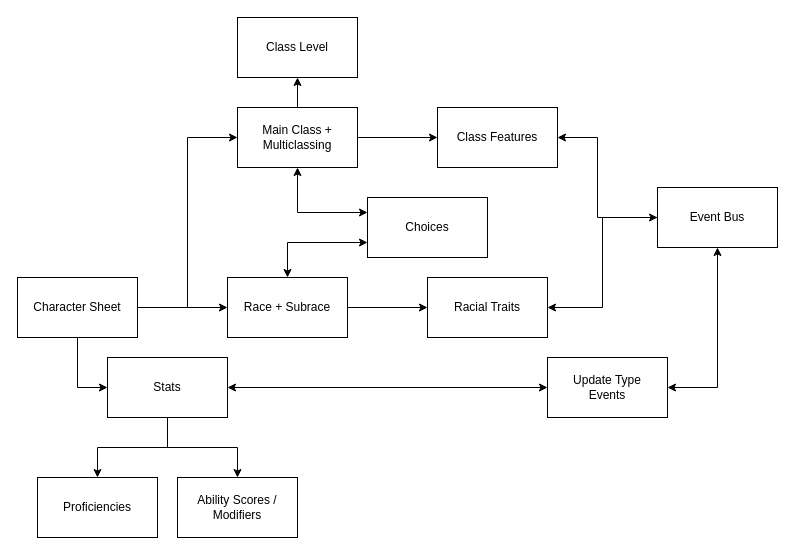
Above: page "Character Sheet" (1 of 2) of DND/Flowchart.drawio in Rithsagea/DND (draw.io), before the change. Source tidied: cells renumbered, new cells numbered last; positions are measured from the earlier drawing's top-left corner, leaving out a move shared by most shapes. Both pictures are drawn from the tidied source at 100%, with x=0, y=0 at pixel (17, 17).
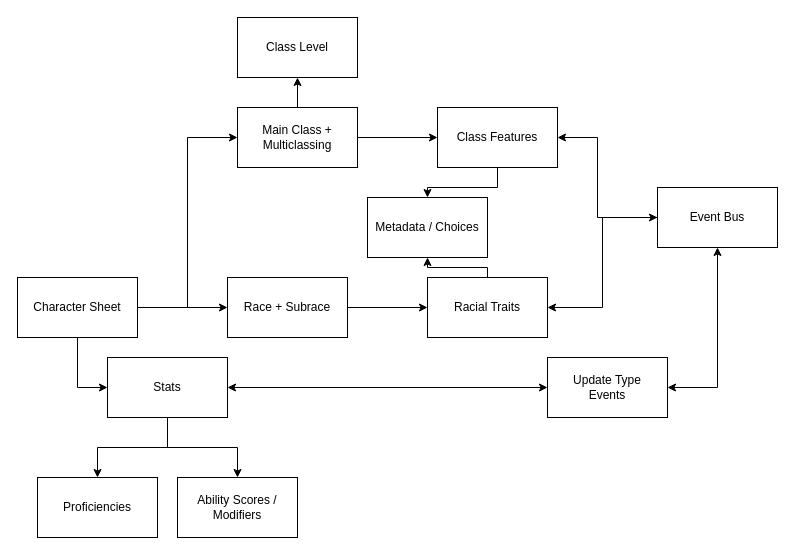
Above is the later version.

Unchanged cells that the change refers to:
```xml
<mxCell id="11" value="Main Class + Multiclassing" style="rounded=0;whiteSpace=wrap;html=1;" parent="1" vertex="1">
  <mxGeometry x="220" y="90" width="120" height="60" as="geometry" />
</mxCell>
<mxCell id="12" value="Class Features" style="rounded=0;whiteSpace=wrap;html=1;" parent="1" vertex="1">
  <mxGeometry x="420" y="90" width="120" height="60" as="geometry" />
</mxCell>
<mxCell id="19" value="Race + Subrace" style="rounded=0;whiteSpace=wrap;html=1;" parent="1" vertex="1">
  <mxGeometry x="210" y="260" width="120" height="60" as="geometry" />
</mxCell>
<mxCell id="20" value="Racial Traits&lt;br&gt;" style="rounded=0;whiteSpace=wrap;html=1;" parent="1" vertex="1">
  <mxGeometry x="410" y="260" width="120" height="60" as="geometry" />
</mxCell>
```

The edit, as a diff of the source:
```diff
@@
-    <mxCell id="10" style="edgeStyle=orthogonalEdgeStyle;rounded=0;jettySize=auto;html=1;exitX=0.5;exitY=1;exitDx=0;exitDy=0;entryX=0;entryY=0.25;entryDx=0;entryDy=0;startArrow=classic;startFill=1;" parent="1" edge="1" source="11" target="29">
-      <mxGeometry relative="1" as="geometry" />
-    </mxCell>
@@
+    <mxCell id="30" style="edgeStyle=orthogonalEdgeStyle;rounded=0;jettySize=auto;html=1;exitX=0.5;exitY=1;exitDx=0;exitDy=0;" parent="1" edge="1" source="12" target="29">
+      <mxGeometry relative="1" as="geometry" />
+    </mxCell>
@@
-    <mxCell id="18" style="edgeStyle=orthogonalEdgeStyle;rounded=0;jettySize=auto;html=1;exitX=0.5;exitY=0;exitDx=0;exitDy=0;entryX=0;entryY=0.75;entryDx=0;entryDy=0;startArrow=classic;startFill=1;" parent="1" edge="1" source="19" target="29">
-      <mxGeometry relative="1" as="geometry" />
-    </mxCell>
@@
+    <mxCell id="31" style="edgeStyle=orthogonalEdgeStyle;rounded=0;jettySize=auto;html=1;exitX=0.5;exitY=0;exitDx=0;exitDy=0;entryX=0.5;entryY=1;entryDx=0;entryDy=0;" parent="1" edge="1" source="20" target="29">
+      <mxGeometry relative="1" as="geometry">
+        <Array as="points">
+          <mxPoint x="470" y="250" />
+          <mxPoint x="410" y="250" />
+        </Array>
+      </mxGeometry>
+    </mxCell>
@@
-    <mxCell id="29" value="Choices" style="rounded=0;whiteSpace=wrap;html=1;" parent="1" vertex="1">
+    <mxCell id="29" value="Metadata / Choices" style="rounded=0;whiteSpace=wrap;html=1;" parent="1" vertex="1">
       <mxGeometry x="350" y="180" width="120" height="60" as="geometry" />
     </mxCell>
```
